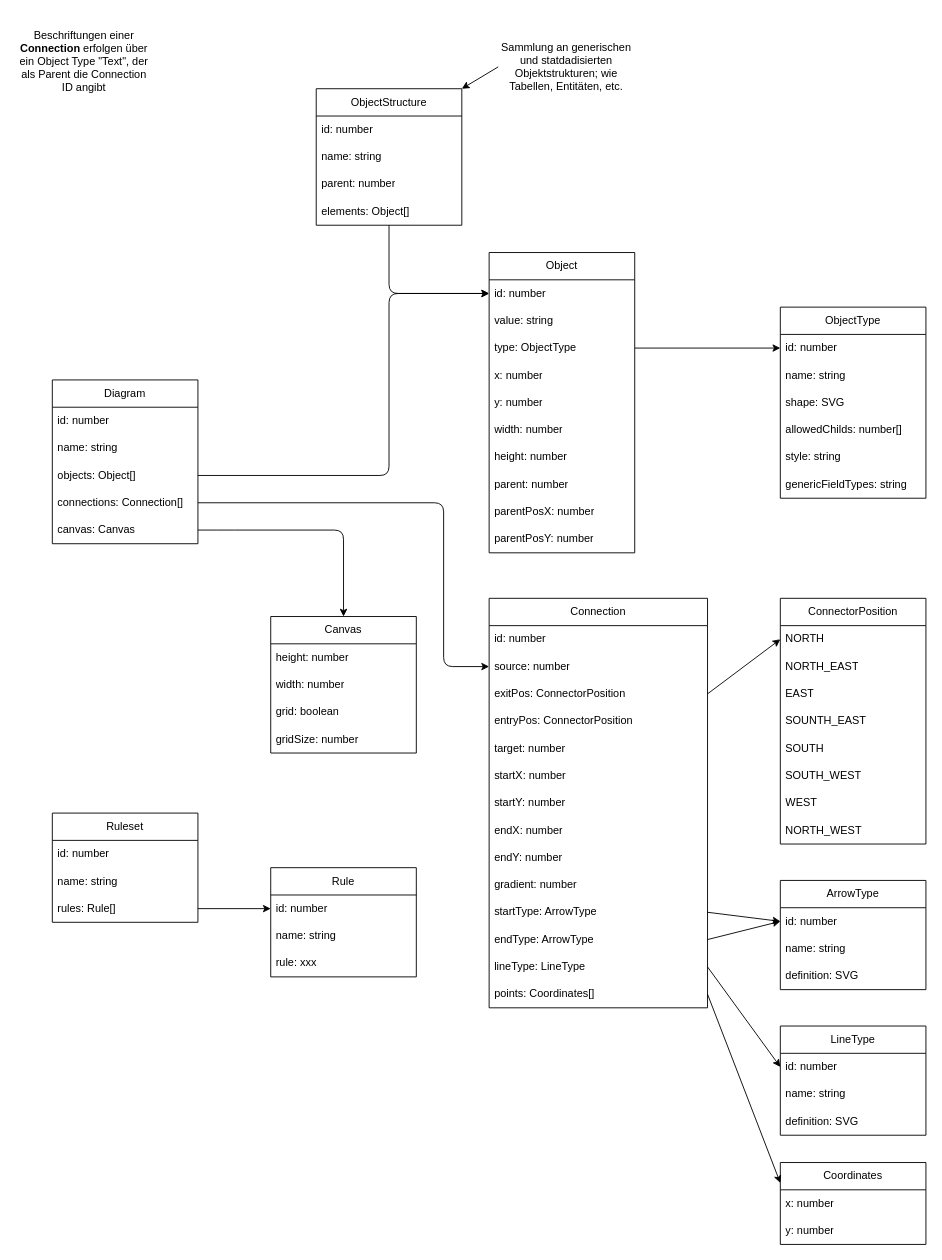
thm-mnd-ii/eWiLL keeps this draw.io diagram as Dokumente/Models/Diagram_v4.drawio. Above is the earlier version. Source tidied: cells renumbered, new cells numbered last; positions are measured from the earlier drawing's top-left corner, leaving out a move shared by most shapes. Both pictures are drawn from the tidied source at 91%, with x=0, y=0 at pixel (15, 15).
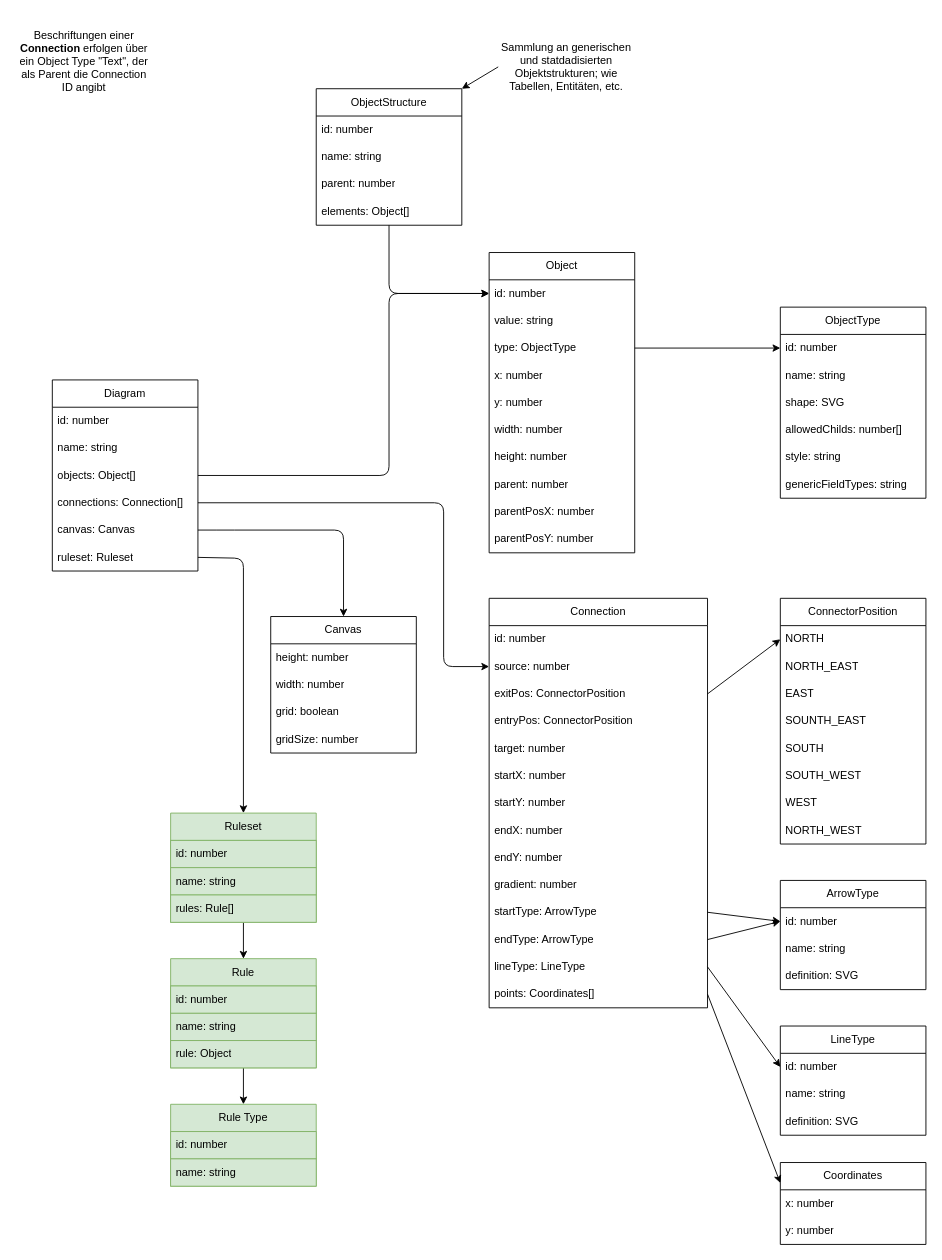
The same page after the edit.

Change to the diagram source:
```diff
@@
     <mxCell id="2" value="Diagram" style="swimlane;fontStyle=0;horizontal=1;startSize=30;whiteSpace=wrap;html=1;" parent="1" vertex="1">
-      <mxGeometry x="40" y="400" width="160" height="180" as="geometry" />
+      <mxGeometry x="40" y="400" width="160" height="210" as="geometry" />
     </mxCell>
@@
+    <mxCell id="96" value="ruleset: Ruleset" style="text;align=left;verticalAlign=middle;spacingLeft=4;spacingRight=4;overflow=hidden;points=[[0,0.5],[1,0.5]];portConstraint=eastwest;whiteSpace=wrap;html=1;" parent="2" vertex="1">
+      <mxGeometry y="180" width="160" height="30" as="geometry" />
+    </mxCell>
@@
+    <mxCell id="97" style="edgeStyle=none;html=1;exitX=0.5;exitY=1;exitDx=0;exitDy=0;entryX=0.5;entryY=0;entryDx=0;entryDy=0;" parent="1" edge="1" source="87" target="99">
+      <mxGeometry relative="1" as="geometry" />
+    </mxCell>
-    <mxCell id="87" value="Rule" style="swimlane;fontStyle=0;horizontal=1;startSize=30;whiteSpace=wrap;html=1;" parent="1" vertex="1">
-      <mxGeometry x="280" y="936" width="160" height="120" as="geometry" />
+    <mxCell id="87" value="Rule" style="swimlane;fontStyle=0;horizontal=1;startSize=30;whiteSpace=wrap;html=1;fillColor=#d5e8d4;strokeColor=#82b366;" parent="1" vertex="1">
+      <mxGeometry x="170" y="1036" width="160" height="120" as="geometry" />
     </mxCell>
-    <mxCell id="88" value="id: number" style="text;align=left;verticalAlign=middle;spacingLeft=4;spacingRight=4;overflow=hidden;points=[[0,0.5],[1,0.5]];portConstraint=eastwest;whiteSpace=wrap;html=1;" parent="87" vertex="1">
+    <mxCell id="88" value="id: number" style="text;align=left;verticalAlign=middle;spacingLeft=4;spacingRight=4;overflow=hidden;points=[[0,0.5],[1,0.5]];portConstraint=eastwest;whiteSpace=wrap;html=1;fillColor=#d5e8d4;strokeColor=#82b366;" parent="87" vertex="1">
       <mxGeometry y="30" width="160" height="30" as="geometry" />
     </mxCell>
-    <mxCell id="89" value="name: string" style="text;align=left;verticalAlign=middle;spacingLeft=4;spacingRight=4;overflow=hidden;whiteSpace=wrap;html=1;" parent="87" vertex="1">
+    <mxCell id="89" value="name: string" style="text;align=left;verticalAlign=middle;spacingLeft=4;spacingRight=4;overflow=hidden;whiteSpace=wrap;html=1;fillColor=#d5e8d4;strokeColor=#82b366;" parent="87" vertex="1">
       <mxGeometry y="60" width="160" height="30" as="geometry" />
     </mxCell>
-    <mxCell id="90" value="rule: xxx" style="text;align=left;verticalAlign=middle;spacingLeft=4;spacingRight=4;overflow=hidden;whiteSpace=wrap;html=1;" parent="87" vertex="1">
+    <mxCell id="90" value="rule: Object" style="text;align=left;verticalAlign=middle;spacingLeft=4;spacingRight=4;overflow=hidden;whiteSpace=wrap;html=1;fillColor=#d5e8d4;strokeColor=#82b366;" parent="87" vertex="1">
       <mxGeometry y="90" width="160" height="30" as="geometry" />
     </mxCell>
-    <mxCell id="91" style="edgeStyle=none;html=1;exitX=1;exitY=0.5;exitDx=0;exitDy=0;entryX=0;entryY=0.5;entryDx=0;entryDy=0;" parent="1" edge="1" source="95" target="88">
+    <mxCell id="91" style="edgeStyle=none;html=1;exitX=0.5;exitY=1;exitDx=0;exitDy=0;entryX=0.5;entryY=0;entryDx=0;entryDy=0;" parent="1" edge="1" source="92" target="87">
       <mxGeometry relative="1" as="geometry" />
     </mxCell>
-    <mxCell id="92" value="Ruleset" style="swimlane;fontStyle=0;horizontal=1;startSize=30;whiteSpace=wrap;html=1;" parent="1" vertex="1">
-      <mxGeometry x="40" y="876" width="160" height="120" as="geometry" />
+    <mxCell id="92" value="Ruleset" style="swimlane;fontStyle=0;horizontal=1;startSize=30;whiteSpace=wrap;html=1;fillColor=#d5e8d4;strokeColor=#82b366;" parent="1" vertex="1">
+      <mxGeometry x="170" y="876" width="160" height="120" as="geometry" />
     </mxCell>
-    <mxCell id="93" value="id: number" style="text;align=left;verticalAlign=middle;spacingLeft=4;spacingRight=4;overflow=hidden;whiteSpace=wrap;html=1;" parent="92" vertex="1">
+    <mxCell id="93" value="id: number" style="text;align=left;verticalAlign=middle;spacingLeft=4;spacingRight=4;overflow=hidden;whiteSpace=wrap;html=1;fillColor=#d5e8d4;strokeColor=#82b366;" parent="92" vertex="1">
       <mxGeometry y="30" width="160" height="30" as="geometry" />
     </mxCell>
-    <mxCell id="94" value="name: string" style="text;align=left;verticalAlign=middle;spacingLeft=4;spacingRight=4;overflow=hidden;whiteSpace=wrap;html=1;" parent="92" vertex="1">
+    <mxCell id="94" value="name: string" style="text;align=left;verticalAlign=middle;spacingLeft=4;spacingRight=4;overflow=hidden;whiteSpace=wrap;html=1;fillColor=#d5e8d4;strokeColor=#82b366;" parent="92" vertex="1">
       <mxGeometry y="60" width="160" height="30" as="geometry" />
     </mxCell>
-    <mxCell id="95" value="rules: Rule[]" style="text;align=left;verticalAlign=middle;spacingLeft=4;spacingRight=4;overflow=hidden;points=[[0,0.5],[1,0.5]];portConstraint=eastwest;whiteSpace=wrap;html=1;" parent="92" vertex="1">
+    <mxCell id="95" value="rules: Rule[]" style="text;align=left;verticalAlign=middle;spacingLeft=4;spacingRight=4;overflow=hidden;points=[[0,0.5],[1,0.5]];portConstraint=eastwest;whiteSpace=wrap;html=1;fillColor=#d5e8d4;strokeColor=#82b366;" parent="92" vertex="1">
       <mxGeometry y="90" width="160" height="30" as="geometry" />
     </mxCell>
+    <mxCell id="98" style="edgeStyle=none;html=1;exitX=1;exitY=0.5;exitDx=0;exitDy=0;entryX=0.5;entryY=0;entryDx=0;entryDy=0;" parent="1" edge="1" source="96" target="92">
+      <mxGeometry relative="1" as="geometry">
+        <Array as="points">
+          <mxPoint x="250" y="596" />
+        </Array>
+      </mxGeometry>
+    </mxCell>
+    <mxCell id="99" value="Rule Type" style="swimlane;fontStyle=0;horizontal=1;startSize=30;whiteSpace=wrap;html=1;fillColor=#d5e8d4;strokeColor=#82b366;" parent="1" vertex="1">
+      <mxGeometry x="170" y="1196" width="160" height="90" as="geometry" />
+    </mxCell>
+    <mxCell id="100" value="id: number" style="text;align=left;verticalAlign=middle;spacingLeft=4;spacingRight=4;overflow=hidden;whiteSpace=wrap;html=1;fillColor=#d5e8d4;strokeColor=#82b366;" parent="99" vertex="1">
+      <mxGeometry y="30" width="160" height="30" as="geometry" />
+    </mxCell>
+    <mxCell id="101" value="name: string" style="text;align=left;verticalAlign=middle;spacingLeft=4;spacingRight=4;overflow=hidden;whiteSpace=wrap;html=1;fillColor=#d5e8d4;strokeColor=#82b366;" parent="99" vertex="1">
+      <mxGeometry y="60" width="160" height="30" as="geometry" />
+    </mxCell>
```
